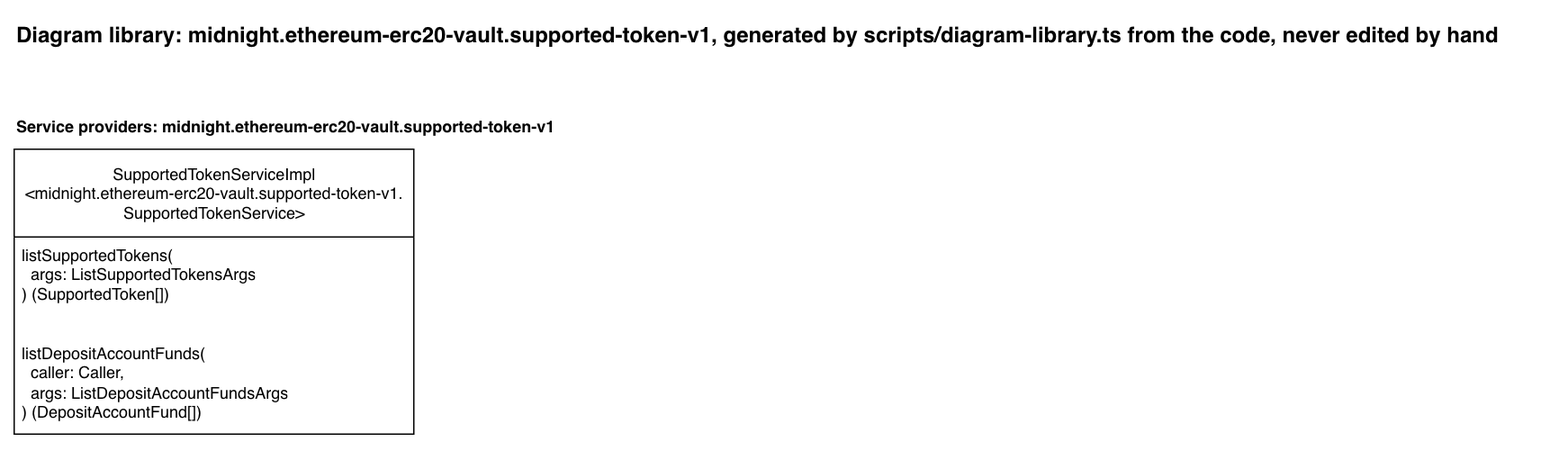
Before: docs/diagram-library/midnight/ethereum-erc20-vault/supported-token-v1/diagram-library.drawio.png, a diagram exported from draw.io (sig-net/full-stack-demo). Source tidied: cells renumbered, new cells last; positions are measured from the earlier drawing's top-left corner, leaving out a move shared by most shapes. The source it was exported from:
```xml
<mxGraphModel>
  <root>
    <mxCell id="0" />
    <mxCell id="1" parent="0" />
    <mxCell id="2" value="Diagram library: midnight.ethereum-erc20-vault.supported-token-v1, generated by scripts/diagram-library.ts from the code, never edited by hand" style="text;html=1;fontStyle=1;fontSize=16;" parent="1" vertex="1">
      <mxGeometry width="1140" height="30" as="geometry" />
    </mxCell>
    <mxCell id="3" value="Service providers: midnight.ethereum-erc20-vault.supported-token-v1" style="text;html=1;fontStyle=1;" parent="1" vertex="1">
      <mxGeometry y="70" width="426" height="20" as="geometry" />
    </mxCell>
    <mxCell id="4" value="SupportedTokenServiceImpl&lt;br&gt;&amp;lt;midnight.ethereum-erc20-vault.supported-token-v1.&lt;br&gt;SupportedTokenService&amp;gt;" style="swimlane;fontStyle=0;horizontal=1;startSize=65;fillColor=default;html=1;fillStyle=solid;" parent="1" vertex="1">
      <mxGeometry y="100" width="296" height="211" as="geometry" />
    </mxCell>
    <mxCell id="5" value="listSupportedTokens(&lt;br&gt;&amp;nbsp; args: ListSupportedTokensArgs&lt;br&gt;) (SupportedToken[])" style="text;strokeColor=none;fillColor=none;align=left;verticalAlign=top;spacingLeft=4;spacingRight=4;overflow=hidden;whiteSpace=wrap;html=1;" parent="4" vertex="1">
      <mxGeometry y="65" width="296" height="73" as="geometry" />
    </mxCell>
    <mxCell id="6" value="listDepositAccountFunds(&lt;br&gt;&amp;nbsp; caller: Caller,&lt;br&gt;&amp;nbsp; args: ListDepositAccountFundsArgs&lt;br&gt;) (DepositAccountFund[])" style="text;strokeColor=none;fillColor=none;align=left;verticalAlign=top;spacingLeft=4;spacingRight=4;overflow=hidden;whiteSpace=wrap;html=1;" parent="4" vertex="1">
      <mxGeometry y="138" width="296" height="73" as="geometry" />
    </mxCell>
  </root>
</mxGraphModel>
```
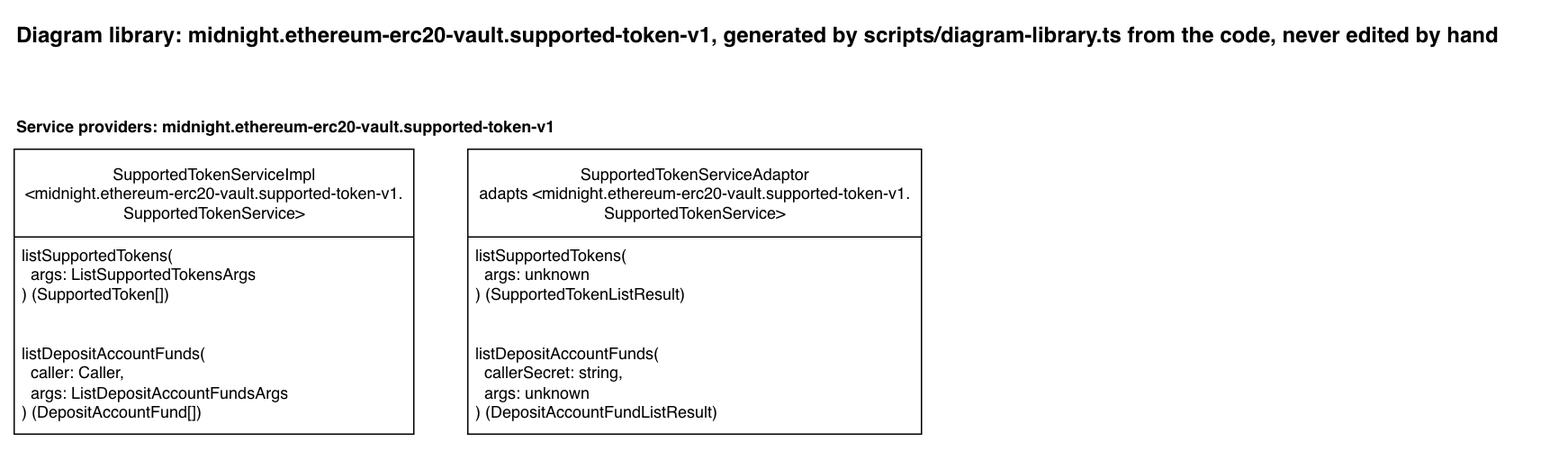
The same file after the commit.

Diff of the diagram source:
```diff
@@ -17,5 +17,14 @@
     <mxCell id="6" value="listDepositAccountFunds(&lt;br&gt;&amp;nbsp; caller: Caller,&lt;br&gt;&amp;nbsp; args: ListDepositAccountFundsArgs&lt;br&gt;) (DepositAccountFund[])" style="text;strokeColor=none;fillColor=none;align=left;verticalAlign=top;spacingLeft=4;spacingRight=4;overflow=hidden;whiteSpace=wrap;html=1;" parent="4" vertex="1">
       <mxGeometry y="138" width="296" height="73" as="geometry" />
     </mxCell>
+    <mxCell id="7" value="SupportedTokenServiceAdaptor&lt;br&gt;adapts &amp;lt;midnight.ethereum-erc20-vault.supported-token-v1.&lt;br&gt;SupportedTokenService&amp;gt;" style="swimlane;fontStyle=0;horizontal=1;startSize=65;fillColor=default;html=1;fillStyle=solid;" parent="1" vertex="1">
+      <mxGeometry x="336" y="100" width="336" height="211" as="geometry" />
+    </mxCell>
+    <mxCell id="8" value="listSupportedTokens(&lt;br&gt;&amp;nbsp; args: unknown&lt;br&gt;) (SupportedTokenListResult)" style="text;strokeColor=none;fillColor=none;align=left;verticalAlign=top;spacingLeft=4;spacingRight=4;overflow=hidden;whiteSpace=wrap;html=1;" parent="7" vertex="1">
+      <mxGeometry y="65" width="336" height="73" as="geometry" />
+    </mxCell>
+    <mxCell id="9" value="listDepositAccountFunds(&lt;br&gt;&amp;nbsp; callerSecret: string,&lt;br&gt;&amp;nbsp; args: unknown&lt;br&gt;) (DepositAccountFundListResult)" style="text;strokeColor=none;fillColor=none;align=left;verticalAlign=top;spacingLeft=4;spacingRight=4;overflow=hidden;whiteSpace=wrap;html=1;" parent="7" vertex="1">
+      <mxGeometry y="138" width="336" height="73" as="geometry" />
+    </mxCell>
   </root>
 </mxGraphModel>
```
